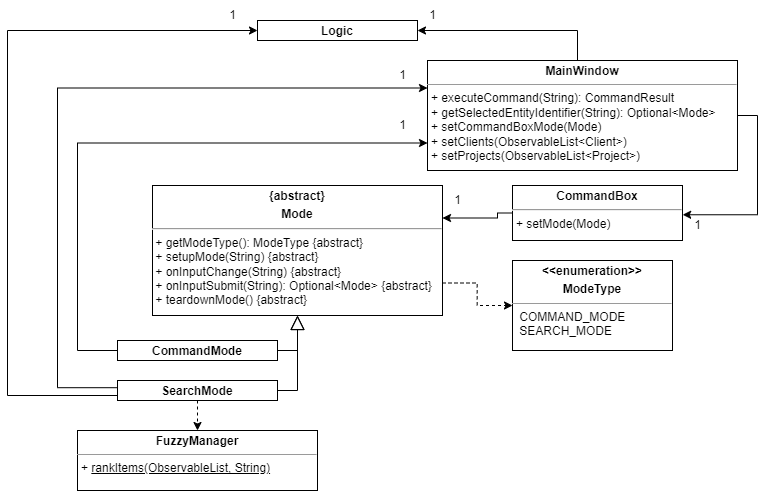
This is docs/images/CommandBoxClassDiagram.png from nus-cs2103-AY2223S2/tp, a draw.io export, as it was before one commit. Source tidied: cells renumbered, new cells last; positions are measured from the earlier drawing's top-left corner, leaving out a move shared by most shapes. Its diagram source:
```xml
<mxGraphModel>
  <root>
    <mxCell id="0" />
    <mxCell id="1" parent="0" />
    <mxCell id="2" value="&lt;p style=&quot;margin:0px;margin-top:4px;text-align:center;&quot;&gt;&lt;b&gt;Logic&lt;/b&gt;&lt;/p&gt;" style="verticalAlign=top;align=left;overflow=fill;fontSize=12;fontFamily=Helvetica;html=1;whiteSpace=wrap;" parent="1" vertex="1">
      <mxGeometry x="250" y="20" width="160" height="20" as="geometry" />
    </mxCell>
    <mxCell id="3" style="edgeStyle=elbowEdgeStyle;rounded=0;jettySize=auto;html=1;exitX=0;exitY=0.5;exitDx=0;exitDy=0;entryX=1;entryY=0.25;entryDx=0;entryDy=0;" parent="1" edge="1" source="4" target="9">
      <mxGeometry relative="1" as="geometry">
        <Array as="points">
          <mxPoint x="490" y="200" />
        </Array>
      </mxGeometry>
    </mxCell>
    <mxCell id="4" value="&lt;p style=&quot;margin:0px;margin-top:4px;text-align:center;&quot;&gt;&lt;b&gt;CommandBox&lt;/b&gt;&lt;/p&gt;&lt;hr&gt;&lt;p style=&quot;margin:0px;margin-left:4px;&quot;&gt;&lt;span style=&quot;background-color: initial;&quot;&gt;+ setMode(Mode)&lt;/span&gt;&lt;br&gt;&lt;/p&gt;&lt;p style=&quot;margin:0px;margin-left:4px;&quot;&gt;&lt;br&gt;&lt;/p&gt;" style="verticalAlign=top;align=left;overflow=fill;fontSize=12;fontFamily=Helvetica;html=1;whiteSpace=wrap;" parent="1" vertex="1">
      <mxGeometry x="505" y="185" width="170" height="55" as="geometry" />
    </mxCell>
    <mxCell id="5" style="edgeStyle=elbowEdgeStyle;rounded=0;jettySize=auto;html=1;entryX=1.001;entryY=0.532;entryDx=0;entryDy=0;entryPerimeter=0;exitX=1;exitY=0.5;exitDx=0;exitDy=0;" parent="1" edge="1" source="6" target="4">
      <mxGeometry relative="1" as="geometry">
        <Array as="points">
          <mxPoint x="750" y="240" />
        </Array>
      </mxGeometry>
    </mxCell>
    <mxCell id="6" value="&lt;p style=&quot;margin:0px;margin-top:4px;text-align:center;&quot;&gt;&lt;b&gt;MainWindow&lt;/b&gt;&lt;/p&gt;&lt;hr size=&quot;1&quot;&gt;&lt;p style=&quot;margin:0px;margin-left:4px;&quot;&gt;&lt;span style=&quot;background-color: initial;&quot;&gt;+ executeCommand(String): CommandResult&lt;/span&gt;&lt;br&gt;&lt;/p&gt;&lt;p style=&quot;margin:0px;margin-left:4px;&quot;&gt;&lt;span style=&quot;background-color: initial;&quot;&gt;+ getSelectedEntityIdentifier(String): Optional&amp;lt;Mode&amp;gt;&lt;/span&gt;&lt;/p&gt;&lt;p style=&quot;margin:0px;margin-left:4px;&quot;&gt;&lt;span style=&quot;background-color: initial;&quot;&gt;+ setCommandBoxMode(Mode)&lt;/span&gt;&lt;/p&gt;&lt;p style=&quot;margin:0px;margin-left:4px;&quot;&gt;&lt;span style=&quot;background-color: initial;&quot;&gt;+ setClients(ObservableList&amp;lt;Client&amp;gt;)&lt;/span&gt;&lt;/p&gt;&lt;p style=&quot;margin:0px;margin-left:4px;&quot;&gt;&lt;span style=&quot;background-color: initial;&quot;&gt;+ setProjects(ObservableList&amp;lt;Project&amp;gt;)&lt;/span&gt;&lt;/p&gt;" style="verticalAlign=top;align=left;overflow=fill;fontSize=12;fontFamily=Helvetica;html=1;whiteSpace=wrap;" parent="1" vertex="1">
      <mxGeometry x="420" y="60" width="310" height="110" as="geometry" />
    </mxCell>
    <mxCell id="7" style="endArrow=classic;html=1;rounded=0;entryX=1;entryY=0.5;entryDx=0;entryDy=0;exitX=0.5;exitY=0;exitDx=0;exitDy=0;edgeStyle=elbowEdgeStyle;" parent="1" edge="1" source="6" target="2">
      <mxGeometry relative="1" as="geometry">
        <Array as="points">
          <mxPoint x="570" y="80" />
        </Array>
      </mxGeometry>
    </mxCell>
    <mxCell id="8" style="edgeStyle=elbowEdgeStyle;rounded=0;jettySize=auto;html=1;exitX=1;exitY=0.75;exitDx=0;exitDy=0;entryX=0;entryY=0.5;entryDx=0;entryDy=0;dashed=1;" parent="1" edge="1" source="9" target="10">
      <mxGeometry relative="1" as="geometry" />
    </mxCell>
    <mxCell id="9" value="&lt;p style=&quot;margin:0px;margin-top:4px;text-align:center;&quot;&gt;&lt;b&gt;{abstract}&lt;/b&gt;&lt;/p&gt;&lt;p style=&quot;margin:0px;margin-top:4px;text-align:center;&quot;&gt;&lt;b&gt;Mode&lt;/b&gt;&lt;/p&gt;&lt;hr&gt;&amp;nbsp;+ getModeType(): ModeType {abstract}&lt;br&gt;&amp;nbsp;+ setupMode(String) {abstract}&lt;br&gt;&amp;nbsp;+ onInputChange(String) {abstract}&lt;br&gt;&amp;nbsp;+ onInputSubmit(String): Optional&amp;lt;Mode&amp;gt; {abstract}&lt;br&gt;&amp;nbsp;+ teardownMode() {abstract}" style="verticalAlign=top;align=left;overflow=fill;fontSize=12;fontFamily=Helvetica;html=1;whiteSpace=wrap;" parent="1" vertex="1">
      <mxGeometry x="145" y="185" width="290" height="130" as="geometry" />
    </mxCell>
    <mxCell id="10" value="&lt;p style=&quot;margin:0px;margin-top:4px;text-align:center;&quot;&gt;&lt;b&gt;&amp;lt;&amp;lt;enumeration&amp;gt;&amp;gt;&lt;/b&gt;&lt;/p&gt;&lt;p style=&quot;margin:0px;margin-top:4px;text-align:center;&quot;&gt;&lt;b&gt;ModeType&lt;/b&gt;&lt;/p&gt;&lt;hr size=&quot;1&quot;&gt;&lt;p style=&quot;margin:0px;margin-left:4px;&quot;&gt;&amp;nbsp;COMMAND_MODE&lt;/p&gt;&lt;p style=&quot;margin:0px;margin-left:4px;&quot;&gt;&amp;nbsp;SEARCH_MODE&lt;/p&gt;" style="verticalAlign=top;align=left;overflow=fill;fontSize=12;fontFamily=Helvetica;html=1;whiteSpace=wrap;" parent="1" vertex="1">
      <mxGeometry x="505" y="260" width="160" height="90" as="geometry" />
    </mxCell>
    <mxCell id="11" style="edgeStyle=elbowEdgeStyle;rounded=0;jettySize=auto;html=1;exitX=-0.003;exitY=0.36;exitDx=0;exitDy=0;exitPerimeter=0;entryX=0;entryY=0.25;entryDx=0;entryDy=0;" parent="1" edge="1" source="15" target="6">
      <mxGeometry relative="1" as="geometry">
        <Array as="points">
          <mxPoint x="50" y="360" />
        </Array>
      </mxGeometry>
    </mxCell>
    <mxCell id="12" style="edgeStyle=elbowEdgeStyle;rounded=0;jettySize=auto;html=1;exitX=0;exitY=0.75;exitDx=0;exitDy=0;entryX=0;entryY=0.5;entryDx=0;entryDy=0;" parent="1" edge="1" source="15" target="2">
      <mxGeometry relative="1" as="geometry">
        <Array as="points">
          <mxPoint y="150" />
        </Array>
      </mxGeometry>
    </mxCell>
    <mxCell id="13" style="edgeStyle=orthogonalEdgeStyle;rounded=0;jettySize=auto;html=1;exitX=0.5;exitY=1;exitDx=0;exitDy=0;entryX=0.5;entryY=0;entryDx=0;entryDy=0;dashed=1;" parent="1" edge="1" source="15" target="20">
      <mxGeometry relative="1" as="geometry" />
    </mxCell>
    <mxCell id="14" style="edgeStyle=elbowEdgeStyle;rounded=0;jettySize=auto;html=1;exitX=1;exitY=0.5;exitDx=0;exitDy=0;endSize=12;endArrow=block;endFill=0;entryX=0.5;entryY=1;entryDx=0;entryDy=0;" parent="1" edge="1" source="15" target="9">
      <mxGeometry relative="1" as="geometry">
        <Array as="points">
          <mxPoint x="290" y="380" />
        </Array>
      </mxGeometry>
    </mxCell>
    <mxCell id="15" value="&lt;p style=&quot;margin:0px;margin-top:4px;text-align:center;&quot;&gt;&lt;b&gt;SearchMode&lt;/b&gt;&lt;/p&gt;" style="verticalAlign=top;align=left;overflow=fill;fontSize=12;fontFamily=Helvetica;html=1;whiteSpace=wrap;" parent="1" vertex="1">
      <mxGeometry x="110" y="380" width="160" height="20" as="geometry" />
    </mxCell>
    <mxCell id="16" style="edgeStyle=elbowEdgeStyle;rounded=0;jettySize=auto;html=1;exitX=0;exitY=0.5;exitDx=0;exitDy=0;endArrow=classic;endFill=1;entryX=0;entryY=0.75;entryDx=0;entryDy=0;" parent="1" edge="1" source="18" target="6">
      <mxGeometry relative="1" as="geometry">
        <Array as="points">
          <mxPoint x="70" y="340" />
        </Array>
      </mxGeometry>
    </mxCell>
    <mxCell id="17" style="edgeStyle=orthogonalEdgeStyle;rounded=0;jettySize=auto;html=1;exitX=1;exitY=0.5;exitDx=0;exitDy=0;endArrow=block;endFill=0;endSize=12;" parent="1" edge="1" source="18" target="9">
      <mxGeometry relative="1" as="geometry" />
    </mxCell>
    <mxCell id="18" value="&lt;p style=&quot;margin:0px;margin-top:4px;text-align:center;&quot;&gt;&lt;b&gt;CommandMode&lt;/b&gt;&lt;/p&gt;" style="verticalAlign=top;align=left;overflow=fill;fontSize=12;fontFamily=Helvetica;html=1;whiteSpace=wrap;" parent="1" vertex="1">
      <mxGeometry x="110" y="340" width="160" height="20" as="geometry" />
    </mxCell>
    <mxCell id="19" style="edgeStyle=orthogonalEdgeStyle;rounded=0;orthogonalLoop=1;jettySize=auto;html=1;exitX=0.5;exitY=1;exitDx=0;exitDy=0;" parent="1" edge="1" source="18" target="18">
      <mxGeometry relative="1" as="geometry" />
    </mxCell>
    <mxCell id="20" value="&lt;p style=&quot;margin:0px;margin-top:4px;text-align:center;&quot;&gt;&lt;b&gt;FuzzyManager&lt;/b&gt;&lt;/p&gt;&lt;hr size=&quot;1&quot;&gt;&lt;p style=&quot;margin:0px;margin-left:4px;&quot;&gt;+ &lt;u&gt;rankItems(ObservableList, String&lt;/u&gt;&lt;u style=&quot;background-color: initial;&quot;&gt;)&lt;/u&gt;&lt;/p&gt;" style="verticalAlign=top;align=left;overflow=fill;fontSize=12;fontFamily=Helvetica;html=1;whiteSpace=wrap;" parent="1" vertex="1">
      <mxGeometry x="70" y="430" width="240" height="60" as="geometry" />
    </mxCell>
    <mxCell id="21" value="1" style="text;html=1;align=center;verticalAlign=middle;strokeColor=none;fillColor=none;" parent="1" vertex="1">
      <mxGeometry x="410" width="30" height="30" as="geometry" />
    </mxCell>
    <mxCell id="22" value="1" style="text;html=1;align=center;verticalAlign=middle;strokeColor=none;fillColor=none;" parent="1" vertex="1">
      <mxGeometry x="210" width="30" height="30" as="geometry" />
    </mxCell>
    <mxCell id="23" value="1" style="text;html=1;align=center;verticalAlign=middle;strokeColor=none;fillColor=none;" parent="1" vertex="1">
      <mxGeometry x="380" y="60" width="30" height="30" as="geometry" />
    </mxCell>
    <mxCell id="24" value="1" style="text;html=1;align=center;verticalAlign=middle;strokeColor=none;fillColor=none;" parent="1" vertex="1">
      <mxGeometry x="380" y="110" width="30" height="30" as="geometry" />
    </mxCell>
    <mxCell id="25" value="1" style="text;html=1;align=center;verticalAlign=middle;strokeColor=none;fillColor=none;" parent="1" vertex="1">
      <mxGeometry x="675" y="210" width="30" height="30" as="geometry" />
    </mxCell>
    <mxCell id="26" value="1" style="text;html=1;align=center;verticalAlign=middle;strokeColor=none;fillColor=none;" parent="1" vertex="1">
      <mxGeometry x="435" y="185" width="30" height="30" as="geometry" />
    </mxCell>
  </root>
</mxGraphModel>
```
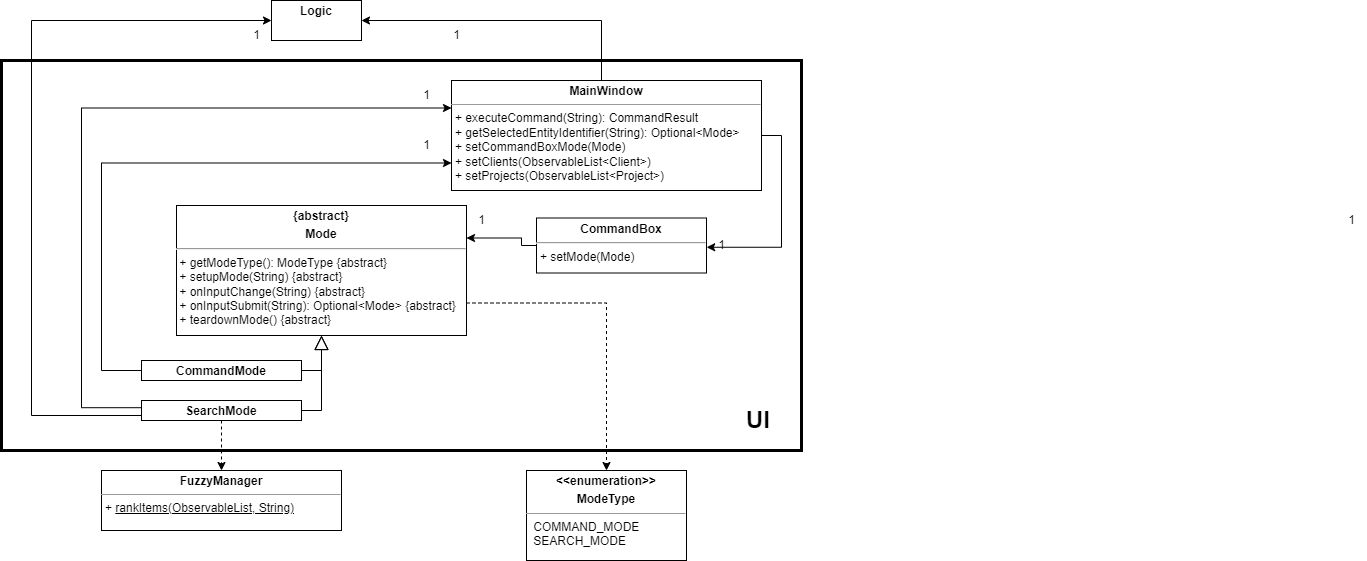
The same file after the commit.

Commit message:
Abstract UI component for

The edit, as a diff of the source:
```diff
@@ -2,8 +2,11 @@
   <root>
     <mxCell id="0" />
     <mxCell id="1" parent="0" />
+    <mxCell id="27" style="rounded=0;whiteSpace=wrap;html=1;fillColor=none;strokeWidth=3;" parent="1" vertex="1">
+      <mxGeometry x="-30" y="40" width="800" height="390" as="geometry" />
+    </mxCell>
     <mxCell id="2" value="&lt;p style=&quot;margin:0px;margin-top:4px;text-align:center;&quot;&gt;&lt;b&gt;Logic&lt;/b&gt;&lt;/p&gt;" style="verticalAlign=top;align=left;overflow=fill;fontSize=12;fontFamily=Helvetica;html=1;whiteSpace=wrap;" parent="1" vertex="1">
-      <mxGeometry x="250" y="20" width="160" height="20" as="geometry" />
+      <mxGeometry x="240" y="-20" width="90" height="40" as="geometry" />
     </mxCell>
     <mxCell id="3" style="edgeStyle=elbowEdgeStyle;rounded=0;jettySize=auto;html=1;exitX=0;exitY=0.5;exitDx=0;exitDy=0;entryX=1;entryY=0.25;entryDx=0;entryDy=0;" parent="1" edge="1" source="4" target="9">
       <mxGeometry relative="1" as="geometry">
@@ -13,7 +16,7 @@
       </mxGeometry>
     </mxCell>
     <mxCell id="4" value="&lt;p style=&quot;margin:0px;margin-top:4px;text-align:center;&quot;&gt;&lt;b&gt;CommandBox&lt;/b&gt;&lt;/p&gt;&lt;hr&gt;&lt;p style=&quot;margin:0px;margin-left:4px;&quot;&gt;&lt;span style=&quot;background-color: initial;&quot;&gt;+ setMode(Mode)&lt;/span&gt;&lt;br&gt;&lt;/p&gt;&lt;p style=&quot;margin:0px;margin-left:4px;&quot;&gt;&lt;br&gt;&lt;/p&gt;" style="verticalAlign=top;align=left;overflow=fill;fontSize=12;fontFamily=Helvetica;html=1;whiteSpace=wrap;" parent="1" vertex="1">
-      <mxGeometry x="505" y="185" width="170" height="55" as="geometry" />
+      <mxGeometry x="505" y="197.5" width="170" height="55" as="geometry" />
     </mxCell>
     <mxCell id="5" style="edgeStyle=elbowEdgeStyle;rounded=0;jettySize=auto;html=1;entryX=1.001;entryY=0.532;entryDx=0;entryDy=0;entryPerimeter=0;exitX=1;exitY=0.5;exitDx=0;exitDy=0;" parent="1" edge="1" source="6" target="4">
       <mxGeometry relative="1" as="geometry">
@@ -32,14 +35,18 @@
         </Array>
       </mxGeometry>
     </mxCell>
-    <mxCell id="8" style="edgeStyle=elbowEdgeStyle;rounded=0;jettySize=auto;html=1;exitX=1;exitY=0.75;exitDx=0;exitDy=0;entryX=0;entryY=0.5;entryDx=0;entryDy=0;dashed=1;" parent="1" edge="1" source="9" target="10">
-      <mxGeometry relative="1" as="geometry" />
+    <mxCell id="8" style="edgeStyle=elbowEdgeStyle;rounded=0;jettySize=auto;html=1;exitX=1;exitY=0.75;exitDx=0;exitDy=0;entryX=0.5;entryY=0;entryDx=0;entryDy=0;dashed=1;" parent="1" edge="1" source="9" target="10">
+      <mxGeometry relative="1" as="geometry">
+        <Array as="points">
+          <mxPoint x="575" y="370" />
+        </Array>
+      </mxGeometry>
     </mxCell>
     <mxCell id="9" value="&lt;p style=&quot;margin:0px;margin-top:4px;text-align:center;&quot;&gt;&lt;b&gt;{abstract}&lt;/b&gt;&lt;/p&gt;&lt;p style=&quot;margin:0px;margin-top:4px;text-align:center;&quot;&gt;&lt;b&gt;Mode&lt;/b&gt;&lt;/p&gt;&lt;hr&gt;&amp;nbsp;+ getModeType(): ModeType {abstract}&lt;br&gt;&amp;nbsp;+ setupMode(String) {abstract}&lt;br&gt;&amp;nbsp;+ onInputChange(String) {abstract}&lt;br&gt;&amp;nbsp;+ onInputSubmit(String): Optional&amp;lt;Mode&amp;gt; {abstract}&lt;br&gt;&amp;nbsp;+ teardownMode() {abstract}" style="verticalAlign=top;align=left;overflow=fill;fontSize=12;fontFamily=Helvetica;html=1;whiteSpace=wrap;" parent="1" vertex="1">
       <mxGeometry x="145" y="185" width="290" height="130" as="geometry" />
     </mxCell>
     <mxCell id="10" value="&lt;p style=&quot;margin:0px;margin-top:4px;text-align:center;&quot;&gt;&lt;b&gt;&amp;lt;&amp;lt;enumeration&amp;gt;&amp;gt;&lt;/b&gt;&lt;/p&gt;&lt;p style=&quot;margin:0px;margin-top:4px;text-align:center;&quot;&gt;&lt;b&gt;ModeType&lt;/b&gt;&lt;/p&gt;&lt;hr size=&quot;1&quot;&gt;&lt;p style=&quot;margin:0px;margin-left:4px;&quot;&gt;&amp;nbsp;COMMAND_MODE&lt;/p&gt;&lt;p style=&quot;margin:0px;margin-left:4px;&quot;&gt;&amp;nbsp;SEARCH_MODE&lt;/p&gt;" style="verticalAlign=top;align=left;overflow=fill;fontSize=12;fontFamily=Helvetica;html=1;whiteSpace=wrap;" parent="1" vertex="1">
-      <mxGeometry x="505" y="260" width="160" height="90" as="geometry" />
+      <mxGeometry x="495" y="450" width="160" height="90" as="geometry" />
     </mxCell>
     <mxCell id="11" style="edgeStyle=elbowEdgeStyle;rounded=0;jettySize=auto;html=1;exitX=-0.003;exitY=0.36;exitDx=0;exitDy=0;exitPerimeter=0;entryX=0;entryY=0.25;entryDx=0;entryDy=0;" parent="1" edge="1" source="15" target="6">
       <mxGeometry relative="1" as="geometry">
@@ -85,8 +92,11 @@
       <mxGeometry relative="1" as="geometry" />
     </mxCell>
     <mxCell id="20" value="&lt;p style=&quot;margin:0px;margin-top:4px;text-align:center;&quot;&gt;&lt;b&gt;FuzzyManager&lt;/b&gt;&lt;/p&gt;&lt;hr size=&quot;1&quot;&gt;&lt;p style=&quot;margin:0px;margin-left:4px;&quot;&gt;+ &lt;u&gt;rankItems(ObservableList, String&lt;/u&gt;&lt;u style=&quot;background-color: initial;&quot;&gt;)&lt;/u&gt;&lt;/p&gt;" style="verticalAlign=top;align=left;overflow=fill;fontSize=12;fontFamily=Helvetica;html=1;whiteSpace=wrap;" parent="1" vertex="1">
-      <mxGeometry x="70" y="430" width="240" height="60" as="geometry" />
+      <mxGeometry x="70" y="450" width="240" height="60" as="geometry" />
     </mxCell>
+    <mxCell id="28" value="1" style="text;html=1;align=center;verticalAlign=middle;strokeColor=none;fillColor=none;" parent="1" vertex="1">
+      <mxGeometry x="1305" y="185" width="30" height="30" as="geometry" />
+    </mxCell>
     <mxCell id="21" value="1" style="text;html=1;align=center;verticalAlign=middle;strokeColor=none;fillColor=none;" parent="1" vertex="1">
       <mxGeometry x="410" width="30" height="30" as="geometry" />
     </mxCell>
@@ -105,5 +115,8 @@
     <mxCell id="26" value="1" style="text;html=1;align=center;verticalAlign=middle;strokeColor=none;fillColor=none;" parent="1" vertex="1">
       <mxGeometry x="435" y="185" width="30" height="30" as="geometry" />
     </mxCell>
+    <mxCell id="29" value="&lt;h1&gt;UI&lt;/h1&gt;" style="text;html=1;strokeColor=none;fillColor=none;spacing=5;spacingTop=-20;whiteSpace=wrap;overflow=hidden;rounded=0;strokeWidth=3;" parent="1" vertex="1">
+      <mxGeometry x="710" y="380" width="40" height="30" as="geometry" />
+    </mxCell>
   </root>
 </mxGraphModel>
```
